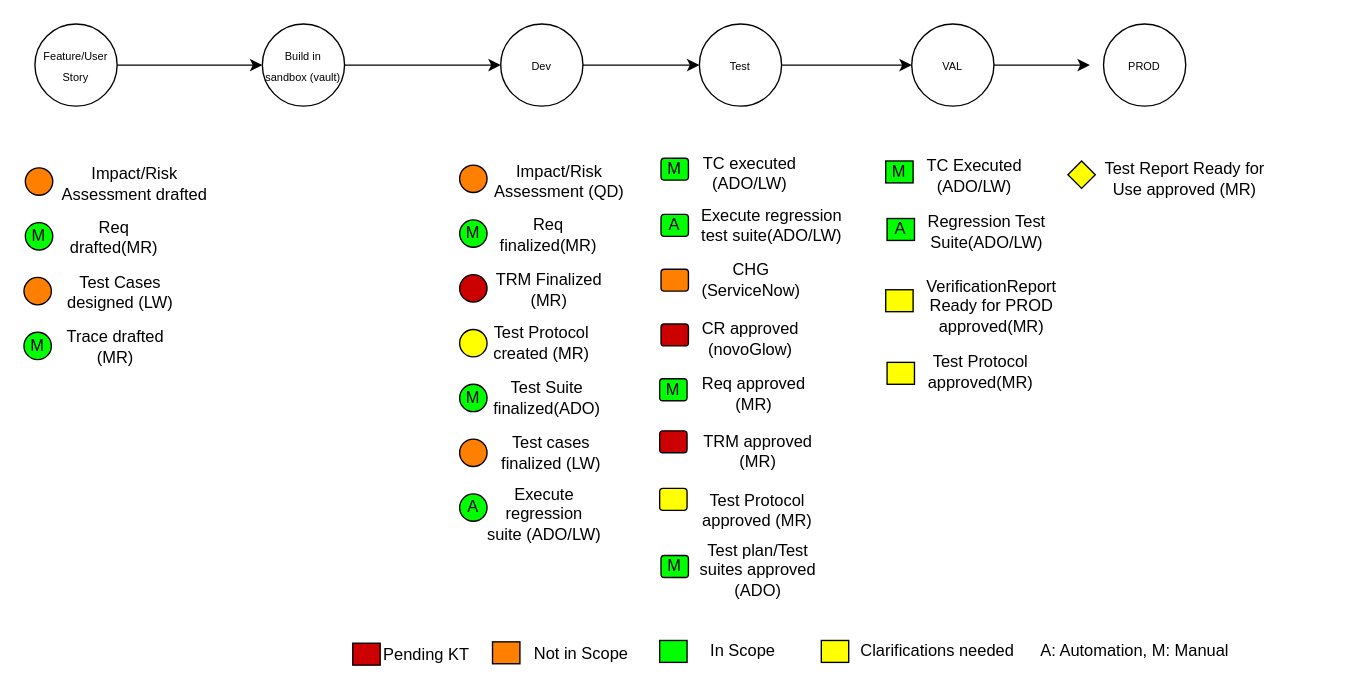
Before: hpalmtoado2.drawio in surajnaik90/Architectures-Designs, a draw.io diagram. Source tidied: cells renumbered, new cells numbered last; positions are measured from the earlier drawing's top-left corner, leaving out a move shared by most shapes. Both pictures are drawn from the tidied source at 137%, with x=0, y=0 at pixel (23, 23).
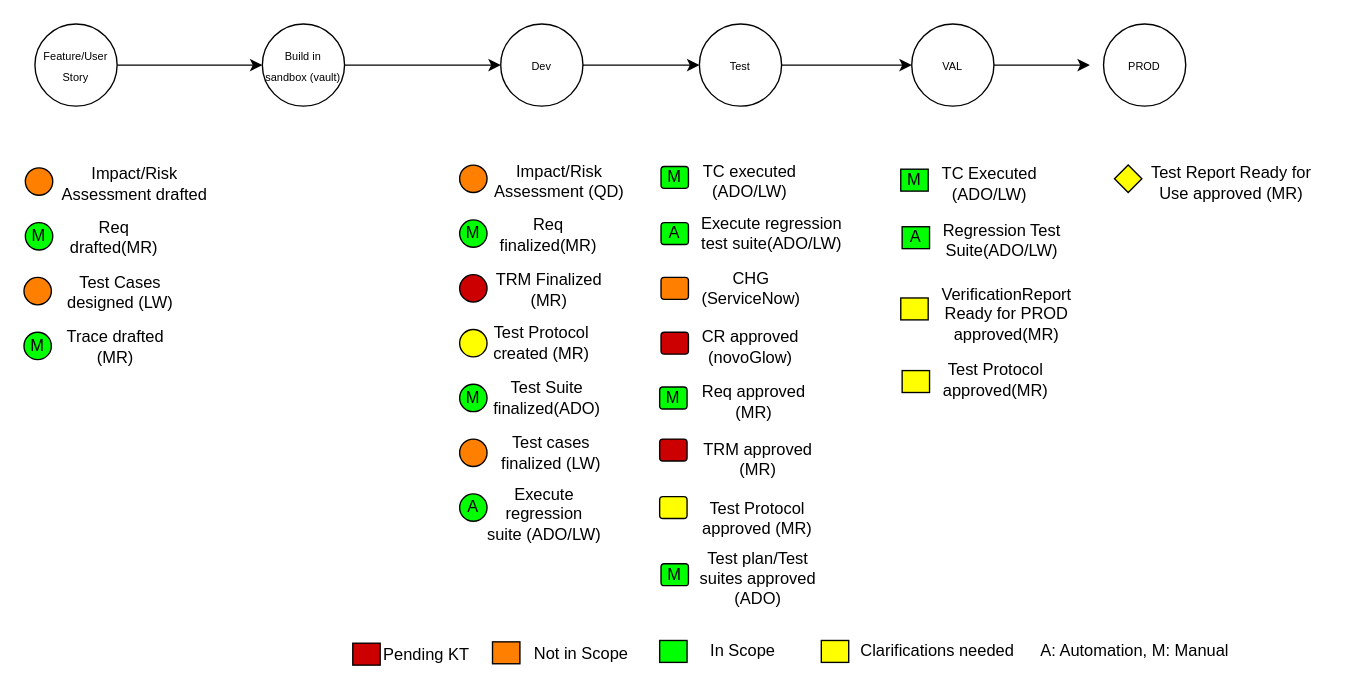
The same page after the edit.

Change to the diagram source:
```diff
@@
-    <mxCell id="16" value="TC Executed (ADO/LW)" style="text;html=1;strokeColor=none;fillColor=none;align=center;verticalAlign=middle;whiteSpace=wrap;rounded=0;" parent="1" vertex="1">
-      <mxGeometry x="657" y="96" width="74" height="30" as="geometry" />
-    </mxCell>
-    <mxCell id="17" value="VerificationReport Ready for PROD approved(MR)" style="text;html=1;strokeColor=none;fillColor=none;align=center;verticalAlign=middle;whiteSpace=wrap;rounded=0;" parent="1" vertex="1">
-      <mxGeometry x="650" y="192" width="113" height="27" as="geometry" />
-    </mxCell>
-    <mxCell id="18" value="Test Protocol approved(MR)" style="text;html=1;strokeColor=none;fillColor=none;align=center;verticalAlign=middle;whiteSpace=wrap;rounded=0;" parent="1" vertex="1">
-      <mxGeometry x="644" y="239" width="109" height="30" as="geometry" />
-    </mxCell>
-    <mxCell id="19" value="M" style="rounded=1;whiteSpace=wrap;html=1;fillColor=#00FF00;arcSize=0;" parent="1" vertex="1">
-      <mxGeometry x="629" y="100" width="20" height="16" as="geometry" />
-    </mxCell>
-    <mxCell id="20" style="rounded=1;whiteSpace=wrap;html=1;fillColor=#FFFF00;arcSize=0;" parent="1" vertex="1">
-      <mxGeometry x="629" y="194" width="20" height="16" as="geometry" />
-    </mxCell>
-    <mxCell id="21" style="rounded=1;whiteSpace=wrap;html=1;fillColor=#FFFF00;arcSize=0;" parent="1" vertex="1">
-      <mxGeometry x="630" y="247" width="20" height="16" as="geometry" />
-    </mxCell>
     <mxCell id="22" style="rhombus;whiteSpace=wrap;html=1;fillColor=#FFFF00;" parent="1" vertex="1">
-      <mxGeometry x="762" y="100" width="20" height="20" as="geometry" />
+      <mxGeometry x="796" y="103" width="20" height="20" as="geometry" />
     </mxCell>
     <mxCell id="23" value="Test Report Ready for Use approved (MR)" style="text;html=1;strokeColor=none;fillColor=none;align=center;verticalAlign=middle;whiteSpace=wrap;rounded=0;" parent="1" vertex="1">
-      <mxGeometry x="777" y="98" width="141" height="30" as="geometry" />
+      <mxGeometry x="811" y="101" width="141" height="30" as="geometry" />
     </mxCell>
@@
-    <mxCell id="30" value="Regression Test Suite(ADO/LW)" style="text;html=1;strokeColor=none;fillColor=none;align=center;verticalAlign=middle;whiteSpace=wrap;rounded=0;" parent="1" vertex="1">
-      <mxGeometry x="658" y="137" width="90" height="30" as="geometry" />
-    </mxCell>
-    <mxCell id="31" value="A" style="rounded=1;whiteSpace=wrap;html=1;fillColor=#00FF00;arcSize=0;" parent="1" vertex="1">
-      <mxGeometry x="630" y="142" width="20" height="16" as="geometry" />
-    </mxCell>
@@
     <mxCell id="61" style="group;" parent="1" vertex="1">
-      <mxGeometry x="464" y="94" width="137" height="320" as="geometry" />
+      <mxGeometry x="464" y="100" width="137" height="320" as="geometry" />
     </mxCell>
@@
+    <mxCell id="78" style="group;" parent="1" vertex="1">
+      <mxGeometry x="640" y="102" width="134" height="173" as="geometry" />
+    </mxCell>
+    <mxCell id="18" value="Test Protocol approved(MR)" style="text;html=1;strokeColor=none;fillColor=none;align=center;verticalAlign=middle;whiteSpace=wrap;rounded=0;" parent="78" vertex="1">
+      <mxGeometry x="15" y="143" width="109" height="30" as="geometry" />
+    </mxCell>
+    <mxCell id="19" value="M" style="rounded=1;whiteSpace=wrap;html=1;fillColor=#00FF00;arcSize=0;" parent="78" vertex="1">
+      <mxGeometry y="4" width="20" height="16" as="geometry" />
+    </mxCell>
+    <mxCell id="16" value="TC Executed (ADO/LW)" style="text;html=1;strokeColor=none;fillColor=none;align=center;verticalAlign=middle;whiteSpace=wrap;rounded=0;" parent="78" vertex="1">
+      <mxGeometry x="28" width="74" height="30" as="geometry" />
+    </mxCell>
+    <mxCell id="31" value="A" style="rounded=1;whiteSpace=wrap;html=1;fillColor=#00FF00;arcSize=0;" parent="78" vertex="1">
+      <mxGeometry x="1" y="46" width="20" height="16" as="geometry" />
+    </mxCell>
+    <mxCell id="30" value="Regression Test Suite(ADO/LW)" style="text;html=1;strokeColor=none;fillColor=none;align=center;verticalAlign=middle;whiteSpace=wrap;rounded=0;" parent="78" vertex="1">
+      <mxGeometry x="29" y="41" width="90" height="30" as="geometry" />
+    </mxCell>
+    <mxCell id="79" style="rounded=1;whiteSpace=wrap;html=1;fillColor=#FFFF00;arcSize=0;" parent="78" vertex="1">
+      <mxGeometry y="98" width="20" height="16" as="geometry" />
+    </mxCell>
+    <mxCell id="17" value="VerificationReport Ready for PROD approved(MR)" style="text;html=1;strokeColor=none;fillColor=none;align=center;verticalAlign=middle;whiteSpace=wrap;rounded=0;" parent="78" vertex="1">
+      <mxGeometry x="21" y="96" width="113" height="27" as="geometry" />
+    </mxCell>
+    <mxCell id="80" style="rounded=1;whiteSpace=wrap;html=1;fillColor=#FFFF00;arcSize=0;" parent="78" vertex="1">
+      <mxGeometry x="1" y="151" width="20" height="16" as="geometry" />
+    </mxCell>
```
